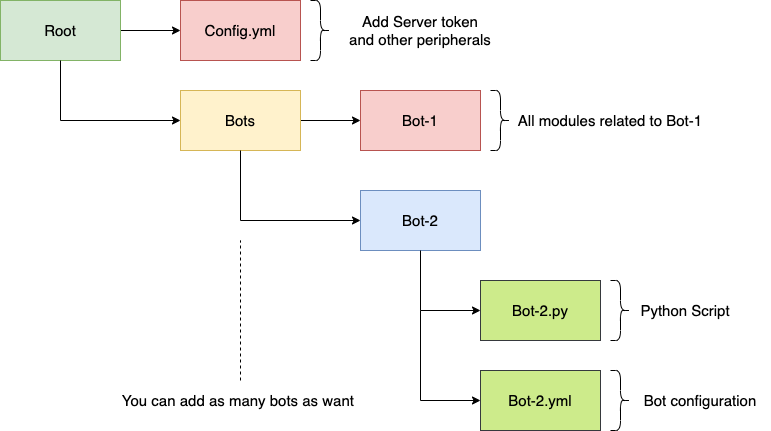
The draw.io diagram assets/structure.png in NimbleEdge/Sentinels, before a commit. Source tidied: cells renumbered, new cells last; positions are measured from the earlier drawing's top-left corner, leaving out a move shared by most shapes. Its diagram source:
```xml
<mxGraphModel>
  <root>
    <mxCell id="0" />
    <mxCell id="1" parent="0" />
    <mxCell id="2" style="edgeStyle=orthogonalEdgeStyle;rounded=0;jettySize=auto;html=1;entryX=0;entryY=0.5;entryDx=0;entryDy=0;fontSize=15;" parent="1" edge="1" source="3" target="4">
      <mxGeometry relative="1" as="geometry" />
    </mxCell>
    <mxCell id="3" value="&lt;font style=&quot;font-size: 15px&quot;&gt;Root&lt;/font&gt;" style="rounded=0;whiteSpace=wrap;html=1;fillColor=#d5e8d4;strokeColor=#82b366;" parent="1" vertex="1">
      <mxGeometry width="120" height="60" as="geometry" />
    </mxCell>
    <mxCell id="4" value="Config.yml" style="rounded=0;whiteSpace=wrap;html=1;fontSize=15;fillColor=#f8cecc;strokeColor=#b85450;" parent="1" vertex="1">
      <mxGeometry x="180" width="120" height="60" as="geometry" />
    </mxCell>
    <mxCell id="5" style="shape=curlyBracket;whiteSpace=wrap;html=1;rounded=1;flipH=1;fontSize=15;" parent="1" vertex="1">
      <mxGeometry x="310" width="20" height="60" as="geometry" />
    </mxCell>
    <mxCell id="6" style="edgeStyle=orthogonalEdgeStyle;rounded=0;jettySize=auto;html=1;exitX=1;exitY=0.5;exitDx=0;exitDy=0;fontSize=15;" parent="1" edge="1" source="7" target="10">
      <mxGeometry relative="1" as="geometry" />
    </mxCell>
    <mxCell id="7" value="Bots" style="rounded=0;whiteSpace=wrap;html=1;fontSize=15;fillColor=#fff2cc;strokeColor=#d6b656;" parent="1" vertex="1">
      <mxGeometry x="180" y="90" width="120" height="60" as="geometry" />
    </mxCell>
    <mxCell id="8" style="endArrow=none;html=1;rounded=0;fontSize=15;exitX=0.5;exitY=1;exitDx=0;exitDy=0;" parent="1" edge="1" source="3">
      <mxGeometry relative="1" as="geometry">
        <mxPoint x="60" y="120" as="targetPoint" />
      </mxGeometry>
    </mxCell>
    <mxCell id="9" style="endArrow=classic;html=1;rounded=0;fontSize=15;entryX=0;entryY=0.5;entryDx=0;entryDy=0;" parent="1" edge="1" target="7">
      <mxGeometry relative="1" as="geometry">
        <mxPoint x="60" y="120" as="sourcePoint" />
      </mxGeometry>
    </mxCell>
    <mxCell id="10" value="Bot-1" style="rounded=0;whiteSpace=wrap;html=1;fontSize=15;fillColor=#f8cecc;strokeColor=#b85450;" parent="1" vertex="1">
      <mxGeometry x="360" y="90" width="120" height="60" as="geometry" />
    </mxCell>
    <mxCell id="11" value="Bot-2" style="rounded=0;whiteSpace=wrap;html=1;fontSize=15;fillColor=#dae8fc;strokeColor=#6c8ebf;" parent="1" vertex="1">
      <mxGeometry x="360" y="190" width="120" height="60" as="geometry" />
    </mxCell>
    <mxCell id="12" style="endArrow=none;html=1;rounded=0;fontSize=15;exitX=0.5;exitY=1;exitDx=0;exitDy=0;" parent="1" edge="1" source="7">
      <mxGeometry relative="1" as="geometry">
        <mxPoint x="240" y="220" as="targetPoint" />
      </mxGeometry>
    </mxCell>
    <mxCell id="13" style="endArrow=classic;html=1;rounded=0;fontSize=15;entryX=0;entryY=0.5;entryDx=0;entryDy=0;" parent="1" edge="1" target="11">
      <mxGeometry relative="1" as="geometry">
        <mxPoint x="240" y="220" as="sourcePoint" />
      </mxGeometry>
    </mxCell>
    <mxCell id="14" value="Add Server token&lt;br&gt;and other peripherals" style="text;html=1;strokeColor=none;fillColor=none;align=center;verticalAlign=middle;whiteSpace=wrap;rounded=0;fontSize=15;" parent="1" vertex="1">
      <mxGeometry x="340" y="15" width="160" height="30" as="geometry" />
    </mxCell>
    <mxCell id="15" style="shape=curlyBracket;whiteSpace=wrap;html=1;rounded=1;flipH=1;fontSize=15;" parent="1" vertex="1">
      <mxGeometry x="490" y="90" width="20" height="60" as="geometry" />
    </mxCell>
    <mxCell id="16" value="All modules related to Bot-1" style="text;html=1;strokeColor=none;fillColor=none;align=center;verticalAlign=middle;whiteSpace=wrap;rounded=0;fontSize=15;" parent="1" vertex="1">
      <mxGeometry x="510" y="105" width="200" height="30" as="geometry" />
    </mxCell>
    <mxCell id="17" style="endArrow=none;html=1;rounded=0;fontSize=15;entryX=0.5;entryY=1;entryDx=0;entryDy=0;" parent="1" edge="1" target="11">
      <mxGeometry relative="1" as="geometry">
        <mxPoint x="420" y="310" as="sourcePoint" />
      </mxGeometry>
    </mxCell>
    <mxCell id="18" value="Bot-2.py" style="rounded=0;whiteSpace=wrap;html=1;fontSize=15;fillColor=#cdeb8b;strokeColor=#36393d;" parent="1" vertex="1">
      <mxGeometry x="480" y="280" width="120" height="60" as="geometry" />
    </mxCell>
    <mxCell id="19" style="endArrow=classic;html=1;rounded=0;fontSize=15;entryX=0;entryY=0.5;entryDx=0;entryDy=0;" parent="1" edge="1" target="18">
      <mxGeometry relative="1" as="geometry">
        <mxPoint x="420" y="310" as="sourcePoint" />
      </mxGeometry>
    </mxCell>
    <mxCell id="20" style="shape=curlyBracket;whiteSpace=wrap;html=1;rounded=1;flipH=1;fontSize=15;" parent="1" vertex="1">
      <mxGeometry x="610" y="280" width="20" height="60" as="geometry" />
    </mxCell>
    <mxCell id="21" value="Python Script" style="text;html=1;strokeColor=none;fillColor=none;align=center;verticalAlign=middle;whiteSpace=wrap;rounded=0;fontSize=15;" parent="1" vertex="1">
      <mxGeometry x="630" y="295" width="110" height="30" as="geometry" />
    </mxCell>
    <mxCell id="22" style="endArrow=none;html=1;rounded=0;fontSize=15;" parent="1" edge="1">
      <mxGeometry relative="1" as="geometry">
        <mxPoint x="420" y="400" as="sourcePoint" />
        <mxPoint x="420" y="310" as="targetPoint" />
      </mxGeometry>
    </mxCell>
    <mxCell id="23" value="Bot-2.yml" style="rounded=0;whiteSpace=wrap;html=1;fontSize=15;fillColor=#cdeb8b;strokeColor=#36393d;" parent="1" vertex="1">
      <mxGeometry x="480" y="370" width="120" height="60" as="geometry" />
    </mxCell>
    <mxCell id="24" style="endArrow=classic;html=1;rounded=0;fontSize=15;entryX=0;entryY=0.5;entryDx=0;entryDy=0;" parent="1" edge="1" target="23">
      <mxGeometry relative="1" as="geometry">
        <mxPoint x="420" y="400" as="sourcePoint" />
      </mxGeometry>
    </mxCell>
    <mxCell id="25" style="shape=curlyBracket;whiteSpace=wrap;html=1;rounded=1;flipH=1;fontSize=15;" parent="1" vertex="1">
      <mxGeometry x="610" y="370" width="20" height="60" as="geometry" />
    </mxCell>
    <mxCell id="26" value="Bot configuration" style="text;html=1;strokeColor=none;fillColor=none;align=center;verticalAlign=middle;whiteSpace=wrap;rounded=0;fontSize=15;" parent="1" vertex="1">
      <mxGeometry x="630" y="385" width="140" height="30" as="geometry" />
    </mxCell>
    <mxCell id="27" style="endArrow=none;dashed=1;html=1;rounded=0;fontSize=15;" parent="1" edge="1">
      <mxGeometry relative="1" as="geometry">
        <mxPoint x="240" y="380" as="sourcePoint" />
        <mxPoint x="240" y="240" as="targetPoint" />
      </mxGeometry>
    </mxCell>
    <mxCell id="28" value="You can add as many bots as want&amp;nbsp;" style="text;html=1;strokeColor=none;fillColor=none;align=center;verticalAlign=middle;whiteSpace=wrap;rounded=0;fontSize=15;" parent="1" vertex="1">
      <mxGeometry x="115" y="385" width="250" height="30" as="geometry" />
    </mxCell>
  </root>
</mxGraphModel>
```
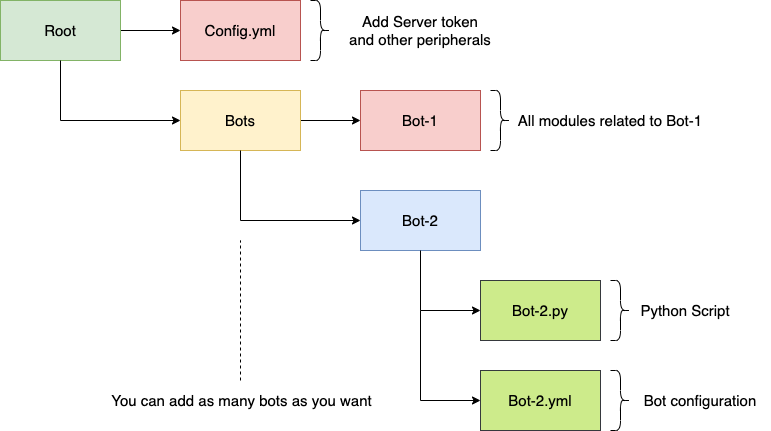
After the change.

What changed in the source:
```diff
@@ -100,8 +100,8 @@
         <mxPoint x="240" y="240" as="targetPoint" />
       </mxGeometry>
     </mxCell>
-    <mxCell id="28" value="You can add as many bots as want&amp;nbsp;" style="text;html=1;strokeColor=none;fillColor=none;align=center;verticalAlign=middle;whiteSpace=wrap;rounded=0;fontSize=15;" parent="1" vertex="1">
-      <mxGeometry x="115" y="385" width="250" height="30" as="geometry" />
+    <mxCell id="28" value="You can add as many bots as you want" style="text;html=1;strokeColor=none;fillColor=none;align=center;verticalAlign=middle;whiteSpace=wrap;rounded=0;fontSize=15;" parent="1" vertex="1">
+      <mxGeometry x="109" y="385" width="265" height="30" as="geometry" />
     </mxCell>
   </root>
 </mxGraphModel>
```
